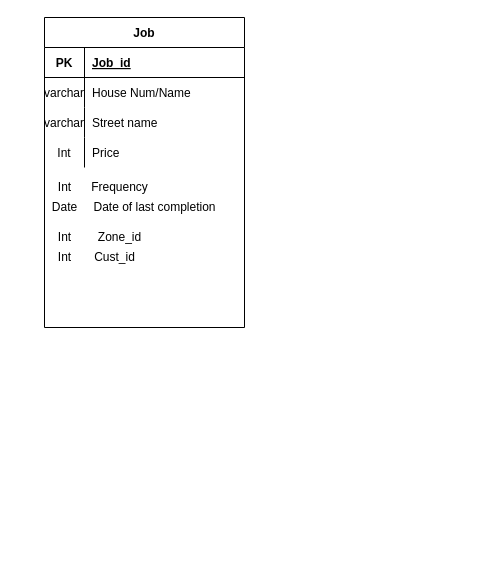
The draw.io diagram Untitled Diagram.drawio in iblethebible/winda-ninjaz, before the edit. Source tidied: cells renumbered, new cells numbered last; positions are measured from the earlier drawing's top-left corner, leaving out a move shared by most shapes. Both pictures are drawn from the tidied source at 100%, with x=0, y=0 at pixel (44, 17).
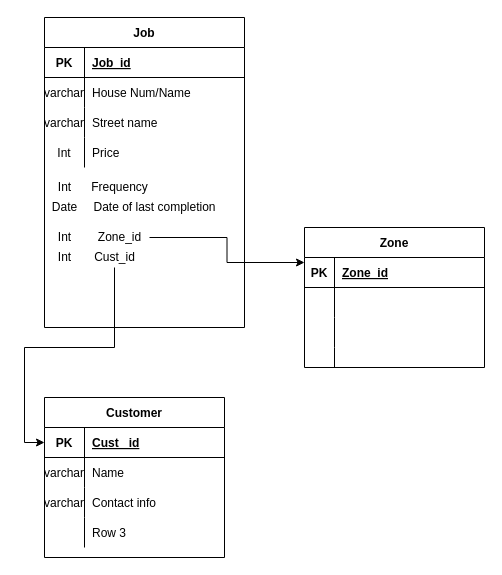
The same page after the edit.

Unchanged cells that the change refers to:
```xml
<mxCell id="20" value="Zone_id" style="text;html=1;align=center;verticalAlign=middle;points=[];strokeColor=none;fillColor=none;" parent="1" vertex="1">
  <mxGeometry x="45" y="210" width="60" height="20" as="geometry" />
</mxCell>
<mxCell id="22" value="Cust_id" style="text;html=1;align=center;verticalAlign=middle;points=[];strokeColor=none;fillColor=none;" parent="1" vertex="1">
  <mxGeometry x="40" y="230" width="60" height="20" as="geometry" />
</mxCell>
```

The edit, as a diff of the source:
```diff
@@
+    <mxCell id="23" style="edgeStyle=orthogonalEdgeStyle;rounded=0;jettySize=auto;html=1;entryX=0;entryY=0.25;entryDx=0;entryDy=0;" parent="1" edge="1" source="20" target="25">
+      <mxGeometry relative="1" as="geometry" />
+    </mxCell>
@@
+    <mxCell id="24" style="edgeStyle=orthogonalEdgeStyle;rounded=0;jettySize=auto;html=1;entryX=0;entryY=0.5;entryDx=0;entryDy=0;" parent="1" edge="1" source="22" target="39">
+      <mxGeometry relative="1" as="geometry" />
+    </mxCell>
@@
+    <mxCell id="25" value="Zone" style="shape=table;startSize=30;childLayout=tableLayout;rowLines=0;fontStyle=1;align=center;" parent="1" vertex="1">
+      <mxGeometry x="260" y="210" width="180" height="140" as="geometry" />
+    </mxCell>
+    <mxCell id="26" style="shape=tableRow;horizontal=0;startSize=0;swimlaneHead=0;swimlaneBody=0;fillColor=none;top=0;left=0;right=0;bottom=1;" parent="25" vertex="1">
+      <mxGeometry y="30" width="180" height="30" as="geometry" />
+    </mxCell>
+    <mxCell id="27" value="PK" style="shape=partialRectangle;fillColor=none;top=0;left=0;bottom=0;right=0;fontStyle=1;overflow=hidden;" parent="26" vertex="1">
+      <mxGeometry width="30" height="30" as="geometry" />
+    </mxCell>
+    <mxCell id="28" value="Zone_id" style="shape=partialRectangle;fillColor=none;top=0;left=0;bottom=0;right=0;align=left;spacingLeft=6;fontStyle=5;overflow=hidden;" parent="26" vertex="1">
+      <mxGeometry x="30" width="150" height="30" as="geometry" />
+    </mxCell>
+    <mxCell id="29" style="shape=tableRow;horizontal=0;startSize=0;swimlaneHead=0;swimlaneBody=0;fillColor=none;top=0;left=0;right=0;bottom=0;" parent="25" vertex="1">
+      <mxGeometry y="60" width="180" height="30" as="geometry" />
+    </mxCell>
+    <mxCell id="30" style="shape=partialRectangle;fillColor=none;top=0;left=0;bottom=0;right=0;overflow=hidden;" parent="29" vertex="1">
+      <mxGeometry width="30" height="30" as="geometry" />
+    </mxCell>
+    <mxCell id="31" style="shape=partialRectangle;fillColor=none;top=0;left=0;bottom=0;right=0;align=left;spacingLeft=6;overflow=hidden;" parent="29" vertex="1">
+      <mxGeometry x="30" width="150" height="30" as="geometry" />
+    </mxCell>
+    <mxCell id="32" style="shape=tableRow;horizontal=0;startSize=0;swimlaneHead=0;swimlaneBody=0;fillColor=none;top=0;left=0;right=0;bottom=0;" parent="25" vertex="1">
+      <mxGeometry y="90" width="180" height="30" as="geometry" />
+    </mxCell>
+    <mxCell id="33" style="shape=partialRectangle;fillColor=none;top=0;left=0;bottom=0;right=0;overflow=hidden;" parent="32" vertex="1">
+      <mxGeometry width="30" height="30" as="geometry" />
+    </mxCell>
+    <mxCell id="34" style="shape=partialRectangle;fillColor=none;top=0;left=0;bottom=0;right=0;align=left;spacingLeft=6;overflow=hidden;" parent="32" vertex="1">
+      <mxGeometry x="30" width="150" height="30" as="geometry" />
+    </mxCell>
+    <mxCell id="35" style="shape=tableRow;horizontal=0;startSize=0;swimlaneHead=0;swimlaneBody=0;fillColor=none;top=0;left=0;right=0;bottom=0;" parent="25" vertex="1">
+      <mxGeometry y="120" width="180" height="20" as="geometry" />
+    </mxCell>
+    <mxCell id="36" style="shape=partialRectangle;fillColor=none;top=0;left=0;bottom=0;right=0;overflow=hidden;" parent="35" vertex="1">
+      <mxGeometry width="30" height="20" as="geometry" />
+    </mxCell>
+    <mxCell id="37" style="shape=partialRectangle;fillColor=none;top=0;left=0;bottom=0;right=0;align=left;spacingLeft=6;overflow=hidden;" parent="35" vertex="1">
+      <mxGeometry x="30" width="150" height="20" as="geometry" />
+    </mxCell>
+    <mxCell id="38" value="Customer" style="shape=table;startSize=30;childLayout=tableLayout;rowLines=0;fontStyle=1;align=center;" parent="1" vertex="1">
+      <mxGeometry y="380" width="180" height="160" as="geometry" />
+    </mxCell>
+    <mxCell id="39" style="shape=tableRow;horizontal=0;startSize=0;swimlaneHead=0;swimlaneBody=0;fillColor=none;points=[[0,0.5],[1,0.5]];portConstraint=eastwest;top=0;left=0;right=0;bottom=1;" parent="38" vertex="1">
+      <mxGeometry y="30" width="180" height="30" as="geometry" />
+    </mxCell>
+    <mxCell id="40" value="PK" style="shape=partialRectangle;fillColor=none;top=0;left=0;bottom=0;right=0;fontStyle=1;overflow=hidden;" parent="39" vertex="1">
+      <mxGeometry width="40" height="30" as="geometry" />
+    </mxCell>
+    <mxCell id="41" value="Cust _id" style="shape=partialRectangle;fillColor=none;top=0;left=0;bottom=0;right=0;align=left;spacingLeft=6;fontStyle=5;overflow=hidden;" parent="39" vertex="1">
+      <mxGeometry x="40" width="140" height="30" as="geometry" />
+    </mxCell>
+    <mxCell id="42" style="shape=tableRow;horizontal=0;startSize=0;swimlaneHead=0;swimlaneBody=0;fillColor=none;top=0;left=0;right=0;bottom=0;" parent="38" vertex="1">
+      <mxGeometry y="60" width="180" height="30" as="geometry" />
+    </mxCell>
+    <mxCell id="43" value="varchar" style="shape=partialRectangle;fillColor=none;top=0;left=0;bottom=0;right=0;overflow=hidden;" parent="42" vertex="1">
+      <mxGeometry width="40" height="30" as="geometry" />
+    </mxCell>
+    <mxCell id="44" value="Name" style="shape=partialRectangle;fillColor=none;top=0;left=0;bottom=0;right=0;align=left;spacingLeft=6;overflow=hidden;" parent="42" vertex="1">
+      <mxGeometry x="40" width="140" height="30" as="geometry" />
+    </mxCell>
+    <mxCell id="45" style="shape=tableRow;horizontal=0;startSize=0;swimlaneHead=0;swimlaneBody=0;fillColor=none;top=0;left=0;right=0;bottom=0;" parent="38" vertex="1">
+      <mxGeometry y="90" width="180" height="30" as="geometry" />
+    </mxCell>
+    <mxCell id="46" value="varchar" style="shape=partialRectangle;fillColor=none;top=0;left=0;bottom=0;right=0;overflow=hidden;" parent="45" vertex="1">
+      <mxGeometry width="40" height="30" as="geometry" />
+    </mxCell>
+    <mxCell id="47" value="Contact info" style="shape=partialRectangle;fillColor=none;top=0;left=0;bottom=0;right=0;align=left;spacingLeft=6;overflow=hidden;" parent="45" vertex="1">
+      <mxGeometry x="40" width="140" height="30" as="geometry" />
+    </mxCell>
+    <mxCell id="48" style="shape=tableRow;horizontal=0;startSize=0;swimlaneHead=0;swimlaneBody=0;fillColor=none;top=0;left=0;right=0;bottom=0;" parent="38" vertex="1">
+      <mxGeometry y="120" width="180" height="30" as="geometry" />
+    </mxCell>
+    <mxCell id="49" style="shape=partialRectangle;fillColor=none;top=0;left=0;bottom=0;right=0;overflow=hidden;" parent="48" vertex="1">
+      <mxGeometry width="40" height="30" as="geometry" />
+    </mxCell>
+    <mxCell id="50" value="Row 3" style="shape=partialRectangle;fillColor=none;top=0;left=0;bottom=0;right=0;align=left;spacingLeft=6;overflow=hidden;" parent="48" vertex="1">
+      <mxGeometry x="40" width="140" height="30" as="geometry" />
+    </mxCell>
```
